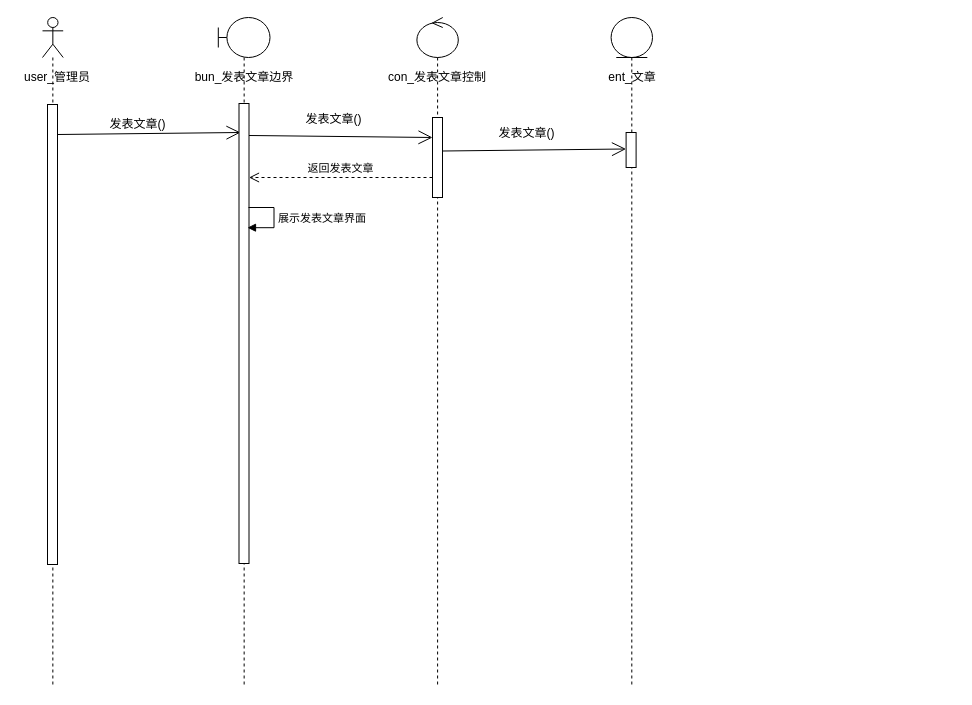
Earlier version of the draw.io diagram pet/uml/系统分析与设计/系统实现用例-发表文章-时序图.drawio (JMHello/draw). Source tidied: cells renumbered, new cells numbered last; positions are measured from the earlier drawing's top-left corner, leaving out a move shared by most shapes. Both pictures are drawn from the tidied source at 100%, with x=0, y=0 at pixel (17, 17).
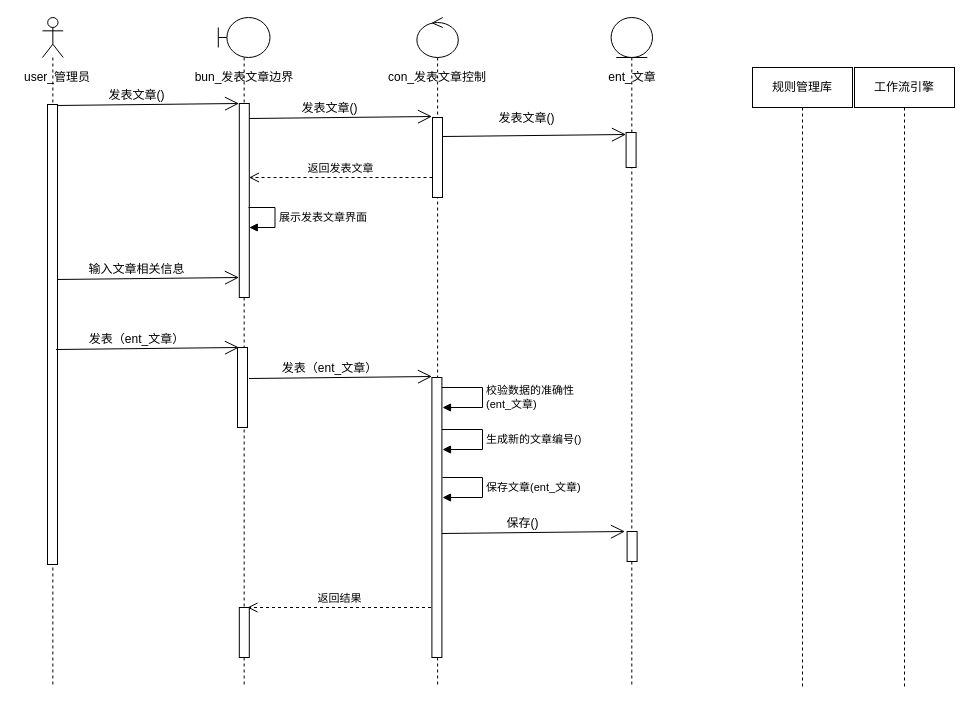
The same diagram, later.

Commit message (it also covers changes not shown here):
Update 系统实现用例-发表文章-时序图.drawio

Unchanged cells that the change refers to:
```xml
<mxCell id="2" style="group;" parent="1" vertex="1">
  <mxGeometry x="40" y="115" width="183" height="2" as="geometry" />
</mxCell>
<mxCell id="19" style="shape=umlLifeline;participant=umlEntity;perimeter=lifelinePerimeter;whiteSpace=wrap;html=1;verticalAlign=top;spacingTop=36;labelBackgroundColor=#ffffff;" parent="18" vertex="1">
  <mxGeometry x="14.1" width="41.4" height="670" as="geometry" />
</mxCell>
<mxCell id="22" style="group;" parent="1" vertex="1">
  <mxGeometry x="365" width="110" height="670" as="geometry" />
</mxCell>
<mxCell id="23" style="shape=umlLifeline;participant=umlControl;perimeter=lifelinePerimeter;whiteSpace=wrap;html=1;verticalAlign=top;spacingTop=36;labelBackgroundColor=#ffffff;" parent="22" vertex="1">
  <mxGeometry x="34.4" width="41.4" height="670" as="geometry" />
</mxCell>
<mxCell id="24" style="html=1;points=[];perimeter=orthogonalPerimeter;" parent="23" vertex="1">
  <mxGeometry x="15.6" y="100" width="10" height="80" as="geometry" />
</mxCell>
```

What changed in the source:
```diff
@@
+    <mxCell id="8" style="group;" parent="1" vertex="1">
+      <mxGeometry x="166.5" width="127" height="670" as="geometry" />
+    </mxCell>
+    <mxCell id="9" style="shape=umlLifeline;participant=umlBoundary;perimeter=lifelinePerimeter;whiteSpace=wrap;html=1;verticalAlign=top;spacingTop=36;labelBackgroundColor=#ffffff;size=40;" parent="8" vertex="1">
+      <mxGeometry x="34.3" width="51.7" height="670" as="geometry" />
+    </mxCell>
+    <mxCell id="10" style="html=1;points=[];perimeter=orthogonalPerimeter;" parent="9" vertex="1">
+      <mxGeometry x="21" y="86" width="10" height="194" as="geometry" />
+    </mxCell>
+    <mxCell id="28" style="html=1;perimeter=orthogonalPerimeter;" parent="9" vertex="1">
+      <mxGeometry x="19.2" y="330" width="10" height="80" as="geometry" />
+    </mxCell>
+    <mxCell id="29" style="html=1;perimeter=orthogonalPerimeter;" parent="9" vertex="1">
+      <mxGeometry x="21" y="590" width="10" height="50" as="geometry" />
+    </mxCell>
+    <mxCell id="11" value="bun_发表文章边界" style="text;html=1;strokeColor=none;fillColor=none;align=center;verticalAlign=middle;whiteSpace=wrap;rounded=0;" parent="8" vertex="1">
+      <mxGeometry y="50" width="120" height="20" as="geometry" />
+    </mxCell>
+    <mxCell id="12" value="返回发表文章" style="html=1;verticalAlign=bottom;endArrow=open;dashed=1;endSize=8;" parent="8" edge="1">
+      <mxGeometry relative="1" as="geometry">
+        <mxPoint x="248.5" y="160" as="sourcePoint" />
+        <mxPoint x="65" y="160" as="targetPoint" />
+      </mxGeometry>
+    </mxCell>
+    <mxCell id="13" value="展示发表文章界面" style="edgeStyle=orthogonalEdgeStyle;html=1;align=left;spacingLeft=2;endArrow=block;rounded=0;" parent="8" edge="1" target="10">
+      <mxGeometry relative="1" as="geometry">
+        <mxPoint x="64.5" y="190" as="sourcePoint" />
+        <Array as="points">
+          <mxPoint x="91" y="190" />
+          <mxPoint x="91" y="210" />
+        </Array>
+      </mxGeometry>
+    </mxCell>
+    <mxCell id="30" style="group;" parent="8" vertex="1">
+      <mxGeometry x="-128" y="260" width="183" height="2" as="geometry" />
+    </mxCell>
+    <mxCell id="31" style="endArrow=open;endFill=1;endSize=12;html=1;entryX=0.15;entryY=0.07;entryDx=0;entryDy=0;entryPerimeter=0;" parent="30" edge="1">
+      <mxGeometry relative="1" as="geometry">
+        <mxPoint y="2" as="sourcePoint" />
+        <mxPoint x="183" as="targetPoint" />
+      </mxGeometry>
+    </mxCell>
+    <mxCell id="32" value="输入文章相关信息" style="text;html=1;align=center;verticalAlign=middle;labelBackgroundColor=#ffffff;" parent="31" vertex="1">
+      <mxGeometry x="-0.28" y="2" relative="1" as="geometry">
+        <mxPoint x="14" y="-8" as="offset" />
+      </mxGeometry>
+    </mxCell>
+    <mxCell id="33" style="group;" parent="8" vertex="1">
+      <mxGeometry x="-121" y="410" width="183" height="2" as="geometry" />
+    </mxCell>
-    <mxCell id="3" style="group;" parent="2" vertex="1">
-      <mxGeometry width="183" height="2" as="geometry" />
+    <mxCell id="3" style="group;" parent="8" vertex="1">
+      <mxGeometry x="-128" y="86" width="183" height="2" as="geometry" />
     </mxCell>
@@
-    <mxCell id="6" style="endArrow=open;endFill=1;endSize=12;html=1;entryX=0;entryY=0.25;entryDx=0;entryDy=0;entryPerimeter=0;" parent="1" edge="1" target="24">
-      <mxGeometry relative="1" as="geometry">
-        <mxPoint x="231.5" y="118" as="sourcePoint" />
-      </mxGeometry>
-    </mxCell>
-    <mxCell id="7" value="发表文章()" style="text;html=1;align=center;verticalAlign=middle;labelBackgroundColor=#ffffff;" parent="6" vertex="1">
-      <mxGeometry x="-0.28" y="2" relative="1" as="geometry">
-        <mxPoint x="17.5" y="-15.5" as="offset" />
-      </mxGeometry>
-    </mxCell>
-    <mxCell id="8" style="group;" parent="1" vertex="1">
-      <mxGeometry x="166.5" width="120" height="670" as="geometry" />
-    </mxCell>
-    <mxCell id="9" style="shape=umlLifeline;participant=umlBoundary;perimeter=lifelinePerimeter;whiteSpace=wrap;html=1;verticalAlign=top;spacingTop=36;labelBackgroundColor=#ffffff;size=40;" parent="8" vertex="1">
-      <mxGeometry x="34.3" width="51.7" height="670" as="geometry" />
-    </mxCell>
-    <mxCell id="10" style="html=1;points=[];perimeter=orthogonalPerimeter;" parent="9" vertex="1">
-      <mxGeometry x="20.7" y="86" width="10" height="460" as="geometry" />
-    </mxCell>
-    <mxCell id="11" value="bun_发表文章边界" style="text;html=1;strokeColor=none;fillColor=none;align=center;verticalAlign=middle;whiteSpace=wrap;rounded=0;" parent="8" vertex="1">
-      <mxGeometry y="50" width="120" height="20" as="geometry" />
-    </mxCell>
-    <mxCell id="12" value="返回发表文章" style="html=1;verticalAlign=bottom;endArrow=open;dashed=1;endSize=8;" parent="8" edge="1">
-      <mxGeometry relative="1" as="geometry">
-        <mxPoint x="248.5" y="160" as="sourcePoint" />
-        <mxPoint x="65" y="160" as="targetPoint" />
-      </mxGeometry>
-    </mxCell>
-    <mxCell id="13" value="展示发表文章界面" style="edgeStyle=orthogonalEdgeStyle;html=1;align=left;spacingLeft=2;endArrow=block;rounded=0;entryX=0.85;entryY=0.27;entryDx=0;entryDy=0;entryPerimeter=0;" parent="8" edge="1" target="10">
-      <mxGeometry relative="1" as="geometry">
-        <mxPoint x="64.5" y="190" as="sourcePoint" />
-        <Array as="points">
-          <mxPoint x="90" y="190" />
-          <mxPoint x="90" y="210" />
-        </Array>
-      </mxGeometry>
-    </mxCell>
@@
+    <mxCell id="34" style="html=1;perimeter=orthogonalPerimeter;" parent="19" vertex="1">
+      <mxGeometry x="16" y="514" width="10" height="30" as="geometry" />
+    </mxCell>
@@
+    <mxCell id="35" style="html=1;perimeter=orthogonalPerimeter;" parent="23" vertex="1">
+      <mxGeometry x="15" y="360" width="10" height="280" as="geometry" />
+    </mxCell>
@@
+    <mxCell id="36" style="endArrow=open;endFill=1;endSize=12;html=1;entryX=0.15;entryY=0.07;entryDx=0;entryDy=0;entryPerimeter=0;" parent="22" edge="1">
+      <mxGeometry relative="1" as="geometry">
+        <mxPoint x="-133.5" y="361" as="sourcePoint" />
+        <mxPoint x="49.5" y="359" as="targetPoint" />
+      </mxGeometry>
+    </mxCell>
+    <mxCell id="37" value="发表（ent_文章）" style="text;html=1;align=center;verticalAlign=middle;labelBackgroundColor=#ffffff;" parent="36" vertex="1">
+      <mxGeometry x="-0.28" y="2" relative="1" as="geometry">
+        <mxPoint x="14" y="-8" as="offset" />
+      </mxGeometry>
+    </mxCell>
+    <mxCell id="38" value="返回结果" style="html=1;verticalAlign=bottom;endArrow=open;dashed=1;endSize=8;" parent="22" edge="1">
+      <mxGeometry relative="1" as="geometry">
+        <mxPoint x="48.5" y="590" as="sourcePoint" />
+        <mxPoint x="-135" y="590" as="targetPoint" />
+      </mxGeometry>
+    </mxCell>
     <mxCell id="26" style="endArrow=open;endFill=1;endSize=12;html=1;entryX=0.15;entryY=0.07;entryDx=0;entryDy=0;entryPerimeter=0;" parent="1" edge="1">
       <mxGeometry relative="1" as="geometry">
-        <mxPoint x="425.5" y="133.5" as="sourcePoint" />
-        <mxPoint x="608.5" y="131.5" as="targetPoint" />
+        <mxPoint x="425.5" y="119" as="sourcePoint" />
+        <mxPoint x="608.5" y="117" as="targetPoint" />
       </mxGeometry>
     </mxCell>
@@
+    <mxCell id="39" style="group;" parent="1" vertex="1">
+      <mxGeometry x="38.5" y="330" width="183" height="2" as="geometry" />
+    </mxCell>
+    <mxCell id="40" style="endArrow=open;endFill=1;endSize=12;html=1;entryX=0.15;entryY=0.07;entryDx=0;entryDy=0;entryPerimeter=0;" parent="39" edge="1">
+      <mxGeometry relative="1" as="geometry">
+        <mxPoint y="2" as="sourcePoint" />
+        <mxPoint x="183" as="targetPoint" />
+      </mxGeometry>
+    </mxCell>
+    <mxCell id="41" value="发表（ent_文章）" style="text;html=1;align=center;verticalAlign=middle;labelBackgroundColor=#ffffff;" parent="40" vertex="1">
+      <mxGeometry x="-0.28" y="2" relative="1" as="geometry">
+        <mxPoint x="14" y="-8" as="offset" />
+      </mxGeometry>
+    </mxCell>
+    <mxCell id="42" style="group;" parent="1" vertex="1">
+      <mxGeometry x="231.5" y="99" width="183" height="2" as="geometry" />
+    </mxCell>
+    <mxCell id="43" style="endArrow=open;endFill=1;endSize=12;html=1;entryX=0.15;entryY=0.07;entryDx=0;entryDy=0;entryPerimeter=0;" parent="42" edge="1">
+      <mxGeometry relative="1" as="geometry">
+        <mxPoint y="2" as="sourcePoint" />
+        <mxPoint x="183" as="targetPoint" />
+      </mxGeometry>
+    </mxCell>
+    <mxCell id="7" value="发表文章()" style="text;html=1;align=center;verticalAlign=middle;labelBackgroundColor=#ffffff;" parent="43" vertex="1">
+      <mxGeometry x="-0.28" y="2" relative="1" as="geometry">
+        <mxPoint x="14" y="-8" as="offset" />
+      </mxGeometry>
+    </mxCell>
+    <mxCell id="44" value="规则管理库" style="shape=umlLifeline;perimeter=lifelinePerimeter;whiteSpace=wrap;html=1;" parent="1" vertex="1">
+      <mxGeometry x="735" y="50" width="100" height="620" as="geometry" />
+    </mxCell>
+    <mxCell id="45" value="工作流引擎" style="shape=umlLifeline;perimeter=lifelinePerimeter;whiteSpace=wrap;html=1;" parent="1" vertex="1">
+      <mxGeometry x="837" y="50" width="100" height="620" as="geometry" />
+    </mxCell>
+    <mxCell id="46" value="校验数据的准确性&lt;br&gt;(ent_文章)" style="edgeStyle=orthogonalEdgeStyle;html=1;align=left;spacingLeft=2;endArrow=block;rounded=0;" parent="1" edge="1">
+      <mxGeometry relative="1" as="geometry">
+        <mxPoint x="424.5" y="370" as="sourcePoint" />
+        <mxPoint x="425" y="390" as="targetPoint" />
+        <Array as="points">
+          <mxPoint x="465" y="370" />
+          <mxPoint x="465" y="390" />
+        </Array>
+      </mxGeometry>
+    </mxCell>
+    <mxCell id="47" value="生成新的文章编号()" style="edgeStyle=orthogonalEdgeStyle;html=1;align=left;spacingLeft=2;endArrow=block;rounded=0;" parent="1" edge="1">
+      <mxGeometry relative="1" as="geometry">
+        <mxPoint x="424.5" y="412" as="sourcePoint" />
+        <mxPoint x="425" y="432" as="targetPoint" />
+        <Array as="points">
+          <mxPoint x="465" y="412" />
+          <mxPoint x="465" y="432" />
+        </Array>
+      </mxGeometry>
+    </mxCell>
+    <mxCell id="48" value="保存文章(ent_文章)" style="edgeStyle=orthogonalEdgeStyle;html=1;align=left;spacingLeft=2;endArrow=block;rounded=0;" parent="1" edge="1">
+      <mxGeometry relative="1" as="geometry">
+        <mxPoint x="425" y="460" as="sourcePoint" />
+        <mxPoint x="425" y="480" as="targetPoint" />
+        <Array as="points">
+          <mxPoint x="465" y="460" />
+          <mxPoint x="465" y="480" />
+        </Array>
+      </mxGeometry>
+    </mxCell>
+    <mxCell id="49" style="endArrow=open;endFill=1;endSize=12;html=1;entryX=0.15;entryY=0.07;entryDx=0;entryDy=0;entryPerimeter=0;" parent="1" edge="1">
+      <mxGeometry relative="1" as="geometry">
+        <mxPoint x="424.5" y="516" as="sourcePoint" />
+        <mxPoint x="607.5" y="514" as="targetPoint" />
+      </mxGeometry>
+    </mxCell>
+    <mxCell id="50" value="保存()" style="text;html=1;align=center;verticalAlign=middle;labelBackgroundColor=#ffffff;" parent="49" vertex="1">
+      <mxGeometry x="-0.28" y="2" relative="1" as="geometry">
+        <mxPoint x="14" y="-8" as="offset" />
+      </mxGeometry>
+    </mxCell>
```
